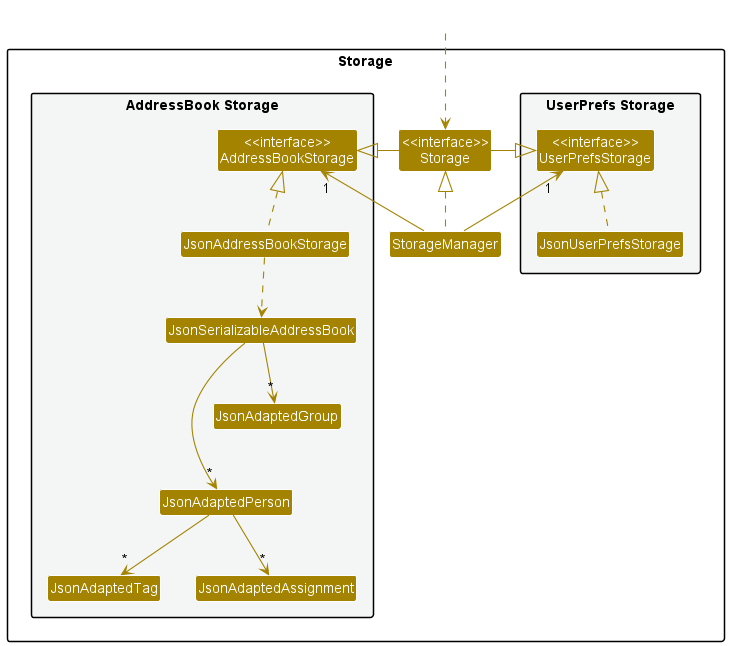
This is docs/images/StorageClassDiagramNew.png from nus-cs2103-AY2223S1/tp, a PlantUML export, as it was before one commit. Source of this version:
```plantuml
@startuml
!include style.puml
skinparam arrowThickness 1.1
skinparam arrowColor STORAGE_COLOR
skinparam classBackgroundColor STORAGE_COLOR

package Storage{

package "UserPrefs Storage" #F4F6F6{
Class "<<interface>>\nUserPrefsStorage" as UserPrefsStorage
Class JsonUserPrefsStorage
}

Class "<<interface>>\nStorage" as Storage
Class StorageManager

package "AddressBook Storage" #F4F6F6{
Class "<<interface>>\nAddressBookStorage" as AddressBookStorage
Class JsonAddressBookStorage
Class JsonSerializableAddressBook
Class JsonAdaptedPerson
Class JsonAdaptedTag
Class JsonAdaptedGroup
Class JsonAdaptedAssignment
}

}

Class HiddenOutside #FFFFFF
HiddenOutside ..> Storage

StorageManager .up.|> Storage
StorageManager -up-> "1" UserPrefsStorage
StorageManager -up-> "1" AddressBookStorage

Storage -left-|> UserPrefsStorage
Storage -right-|> AddressBookStorage

JsonUserPrefsStorage .up.|> UserPrefsStorage
JsonAddressBookStorage .up.|> AddressBookStorage
JsonAddressBookStorage ..> JsonSerializableAddressBook
JsonSerializableAddressBook --> "*" JsonAdaptedPerson
JsonAdaptedPerson --> "*" JsonAdaptedTag
JsonAdaptedPerson --> "*" JsonAdaptedAssignment
JsonSerializableAddressBook --> "*" JsonAdaptedGroup

JsonAdaptedGroup -[hidden]-> JsonAdaptedPerson

@enduml
```
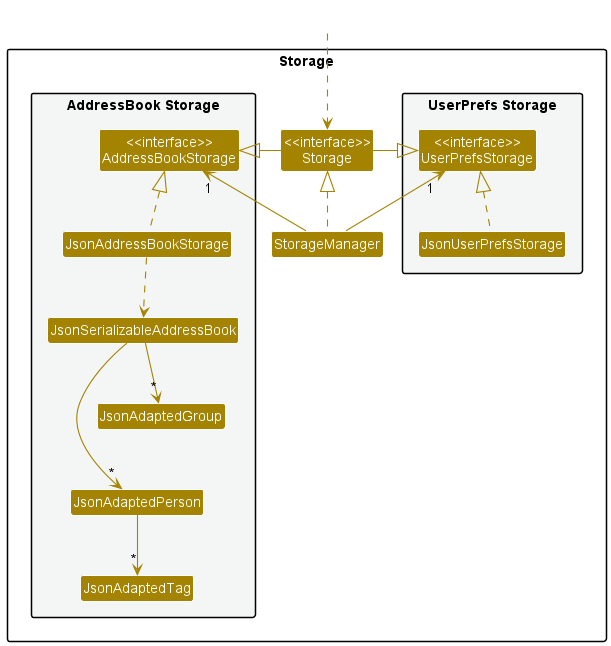
The same file after the commit.

Commit message:
Update DG and Storage Diagram

The edit, as a diff of the source:
```diff
@@ -21,7 +21,6 @@
 Class JsonAdaptedPerson
 Class JsonAdaptedTag
 Class JsonAdaptedGroup
-Class JsonAdaptedAssignment
 }
 
 }
@@ -41,7 +40,6 @@
 JsonAddressBookStorage ..> JsonSerializableAddressBook
 JsonSerializableAddressBook --> "*" JsonAdaptedPerson
 JsonAdaptedPerson --> "*" JsonAdaptedTag
-JsonAdaptedPerson --> "*" JsonAdaptedAssignment
 JsonSerializableAddressBook --> "*" JsonAdaptedGroup
 
 JsonAdaptedGroup -[hidden]-> JsonAdaptedPerson
```
